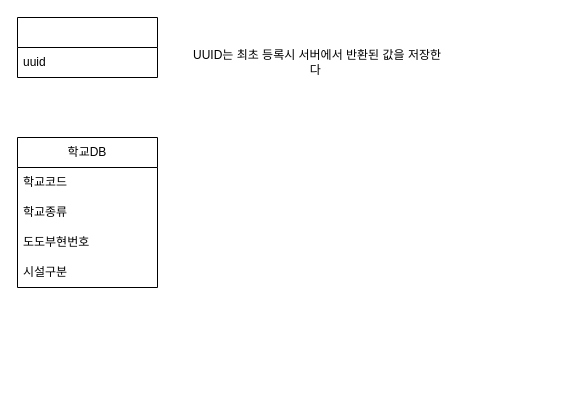
Above: page "phone" (1 of 2) of doc/DB.drawio in jhh78/find_friend (draw.io), before the change. Source tidied: cells renumbered, new cells numbered last; positions are measured from the earlier drawing's top-left corner, leaving out a move shared by most shapes. Both pictures are drawn from the tidied source at 100%, with x=0, y=0 at pixel (17, 17).
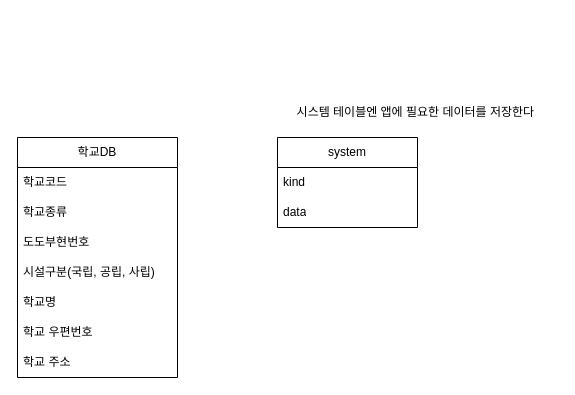
The same page after the edit.

What changed in the source:
```diff
@@
 <mxGraphModel>
   <root>
     <mxCell id="0" />
     <mxCell id="1" parent="0" />
-    <mxCell id="2" style="swimlane;fontStyle=0;horizontal=1;startSize=30;whiteSpace=wrap;html=1;" parent="1" vertex="1">
-      <mxGeometry width="140" height="60" as="geometry" />
+    <mxCell id="2" value="system" style="swimlane;fontStyle=0;horizontal=1;startSize=30;whiteSpace=wrap;html=1;" parent="1" vertex="1">
+      <mxGeometry x="260" y="120" width="140" height="90" as="geometry" />
     </mxCell>
-    <mxCell id="3" value="uuid&lt;span style=&quot;white-space: pre;&quot;&gt;&#9;&lt;/span&gt;&lt;br&gt;" style="text;strokeColor=none;fillColor=none;align=left;verticalAlign=middle;spacingLeft=4;spacingRight=4;overflow=hidden;whiteSpace=wrap;html=1;" parent="2" vertex="1">
+    <mxCell id="3" value="kind" style="text;strokeColor=none;fillColor=none;align=left;verticalAlign=middle;spacingLeft=4;spacingRight=4;overflow=hidden;whiteSpace=wrap;html=1;" parent="2" vertex="1">
       <mxGeometry y="30" width="140" height="30" as="geometry" />
     </mxCell>
-    <mxCell id="4" value="UUID는 최초 등록시 서버에서 반환된 값을 저장한다&amp;nbsp;" style="text;html=1;strokeColor=none;fillColor=none;align=center;verticalAlign=middle;whiteSpace=wrap;rounded=0;" parent="1" vertex="1">
-      <mxGeometry x="170" y="30" width="260" height="30" as="geometry" />
-    </mxCell>
+    <mxCell id="10" value="data" style="text;strokeColor=none;fillColor=none;align=left;verticalAlign=middle;spacingLeft=4;spacingRight=4;overflow=hidden;whiteSpace=wrap;html=1;" parent="2" vertex="1">
+      <mxGeometry y="60" width="140" height="30" as="geometry" />
+    </mxCell>
     <mxCell id="5" value="학교DB" style="swimlane;fontStyle=0;horizontal=1;startSize=30;whiteSpace=wrap;html=1;" parent="1" vertex="1">
-      <mxGeometry y="120" width="140" height="150" as="geometry" />
+      <mxGeometry y="120" width="160" height="240" as="geometry" />
     </mxCell>
     <mxCell id="6" value="학교코드" style="text;strokeColor=none;fillColor=none;align=left;verticalAlign=middle;spacingLeft=4;spacingRight=4;overflow=hidden;whiteSpace=wrap;html=1;" parent="5" vertex="1">
-      <mxGeometry y="30" width="140" height="30" as="geometry" />
+      <mxGeometry y="30" width="160" height="30" as="geometry" />
     </mxCell>
     <mxCell id="7" value="학교종류" style="text;strokeColor=none;fillColor=none;align=left;verticalAlign=middle;spacingLeft=4;spacingRight=4;overflow=hidden;whiteSpace=wrap;html=1;" parent="5" vertex="1">
-      <mxGeometry y="60" width="140" height="30" as="geometry" />
+      <mxGeometry y="60" width="160" height="30" as="geometry" />
     </mxCell>
     <mxCell id="8" value="도도부현번호" style="text;strokeColor=none;fillColor=none;align=left;verticalAlign=middle;spacingLeft=4;spacingRight=4;overflow=hidden;whiteSpace=wrap;html=1;" parent="5" vertex="1">
-      <mxGeometry y="90" width="140" height="30" as="geometry" />
+      <mxGeometry y="90" width="160" height="30" as="geometry" />
     </mxCell>
-    <mxCell id="9" value="시설구분" style="text;strokeColor=none;fillColor=none;align=left;verticalAlign=middle;spacingLeft=4;spacingRight=4;overflow=hidden;whiteSpace=wrap;html=1;" parent="5" vertex="1">
-      <mxGeometry y="120" width="140" height="30" as="geometry" />
+    <mxCell id="9" value="시설구분(국립, 공립, 사립)" style="text;strokeColor=none;fillColor=none;align=left;verticalAlign=middle;spacingLeft=4;spacingRight=4;overflow=hidden;whiteSpace=wrap;html=1;" parent="5" vertex="1">
+      <mxGeometry y="120" width="160" height="30" as="geometry" />
     </mxCell>
+    <mxCell id="11" value="학교명" style="text;strokeColor=none;fillColor=none;align=left;verticalAlign=middle;spacingLeft=4;spacingRight=4;overflow=hidden;whiteSpace=wrap;html=1;" parent="5" vertex="1">
+      <mxGeometry y="150" width="160" height="30" as="geometry" />
+    </mxCell>
+    <mxCell id="12" value="학교 우편번호" style="text;strokeColor=none;fillColor=none;align=left;verticalAlign=middle;spacingLeft=4;spacingRight=4;overflow=hidden;whiteSpace=wrap;html=1;" parent="5" vertex="1">
+      <mxGeometry y="180" width="160" height="30" as="geometry" />
+    </mxCell>
+    <mxCell id="13" value="학교 주소" style="text;strokeColor=none;fillColor=none;align=left;verticalAlign=middle;spacingLeft=4;spacingRight=4;overflow=hidden;whiteSpace=wrap;html=1;" parent="5" vertex="1">
+      <mxGeometry y="210" width="160" height="30" as="geometry" />
+    </mxCell>
+    <mxCell id="14" value="시스템 테이블엔 앱에 필요한 데이터를 저장한다&amp;nbsp;" style="text;html=1;strokeColor=none;fillColor=none;align=center;verticalAlign=middle;whiteSpace=wrap;rounded=0;" parent="1" vertex="1">
+      <mxGeometry x="260" y="80" width="280" height="30" as="geometry" />
+    </mxCell>
   </root>
 </mxGraphModel>
```
